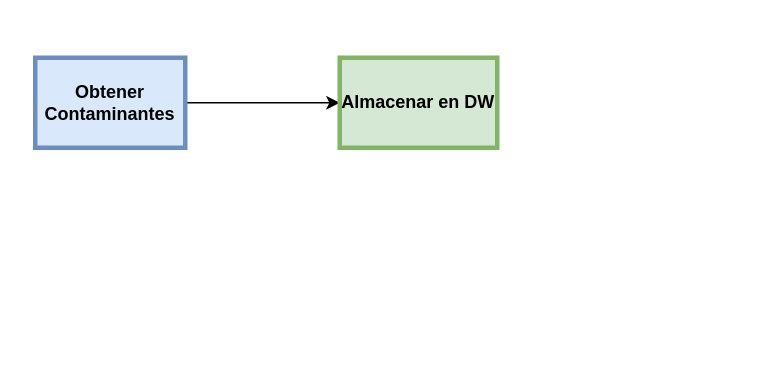
gonzalomelov/dw-calidad-aire-docs keeps this draw.io diagram as 4. Diseño físico/dimensions/contaminantes/CargaContaminantes.drawio. Above is the earlier version. Source tidied: cells renumbered, new cells numbered last; positions are measured from the earlier drawing's top-left corner, leaving out a move shared by most shapes. Both pictures are drawn from the tidied source at 150%, with x=0, y=0 at pixel (34, 57).
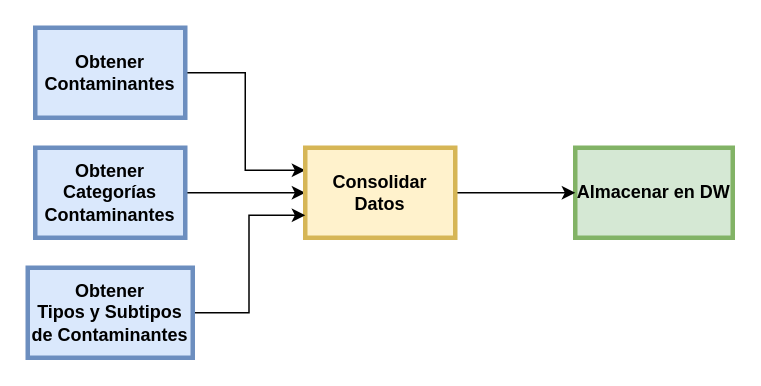
After the change.

What changed in the source:
```diff
@@
 <mxGraphModel background="#ffffff">
   <root>
     <mxCell id="0" />
     <mxCell id="1" parent="0" />
-    <mxCell id="2" style="edgeStyle=orthogonalEdgeStyle;rounded=0;jettySize=auto;html=1;exitX=1;exitY=0.5;exitDx=0;exitDy=0;entryX=0;entryY=0.5;entryDx=0;entryDy=0;" parent="1" edge="1" source="3" target="4">
-      <mxGeometry relative="1" as="geometry" />
-    </mxCell>
+    <mxCell id="5" style="edgeStyle=orthogonalEdgeStyle;rounded=0;jettySize=auto;html=1;exitX=1;exitY=0.5;exitDx=0;exitDy=0;entryX=0;entryY=0.25;entryDx=0;entryDy=0;" parent="1" edge="1" source="3" target="9">
+      <mxGeometry relative="1" as="geometry" />
+    </mxCell>
     <mxCell id="3" value="Obtener&#10;Contaminantes" style="whiteSpace=wrap;align=center;verticalAlign=middle;fontStyle=1;strokeWidth=3;fillColor=#dae8fc;strokeColor=#6c8ebf;" parent="1" vertex="1">
-      <mxGeometry width="100" height="60" as="geometry" />
+      <mxGeometry y="-20" width="100" height="60" as="geometry" />
     </mxCell>
     <mxCell id="4" value="Almacenar en DW" style="whiteSpace=wrap;align=center;verticalAlign=middle;fontStyle=1;strokeWidth=3;fillColor=#d5e8d4;strokeColor=#82b366;" parent="1" vertex="1">
-      <mxGeometry x="203" width="105" height="60" as="geometry" />
+      <mxGeometry x="360" y="60" width="105" height="60" as="geometry" />
     </mxCell>
+    <mxCell id="6" style="edgeStyle=orthogonalEdgeStyle;rounded=0;jettySize=auto;html=1;exitX=1;exitY=0.5;exitDx=0;exitDy=0;entryX=0;entryY=0.5;entryDx=0;entryDy=0;" parent="1" edge="1" source="7" target="9">
+      <mxGeometry relative="1" as="geometry" />
+    </mxCell>
+    <mxCell id="7" value="Obtener&#10;Categorías Contaminantes" style="whiteSpace=wrap;align=center;verticalAlign=middle;fontStyle=1;strokeWidth=3;fillColor=#dae8fc;strokeColor=#6c8ebf;" parent="1" vertex="1">
+      <mxGeometry y="60" width="100" height="60" as="geometry" />
+    </mxCell>
+    <mxCell id="8" style="edgeStyle=orthogonalEdgeStyle;rounded=0;jettySize=auto;html=1;exitX=1;exitY=0.5;exitDx=0;exitDy=0;entryX=0;entryY=0.5;entryDx=0;entryDy=0;" parent="1" edge="1" source="9" target="4">
+      <mxGeometry relative="1" as="geometry" />
+    </mxCell>
+    <mxCell id="9" value="Consolidar&#10;Datos" style="whiteSpace=wrap;align=center;verticalAlign=middle;fontStyle=1;strokeWidth=3;fillColor=#fff2cc;strokeColor=#d6b656;" parent="1" vertex="1">
+      <mxGeometry x="180" y="60" width="100" height="60" as="geometry" />
+    </mxCell>
+    <mxCell id="10" style="edgeStyle=orthogonalEdgeStyle;rounded=0;jettySize=auto;html=1;exitX=1;exitY=0.5;exitDx=0;exitDy=0;entryX=0;entryY=0.75;entryDx=0;entryDy=0;" parent="1" edge="1" source="11" target="9">
+      <mxGeometry relative="1" as="geometry" />
+    </mxCell>
+    <mxCell id="11" value="Obtener&#10;Tipos y Subtipos de Contaminantes" style="whiteSpace=wrap;align=center;verticalAlign=middle;fontStyle=1;strokeWidth=3;fillColor=#dae8fc;strokeColor=#6c8ebf;" parent="1" vertex="1">
+      <mxGeometry x="-5" y="140" width="110" height="60" as="geometry" />
+    </mxCell>
   </root>
 </mxGraphModel>
```
